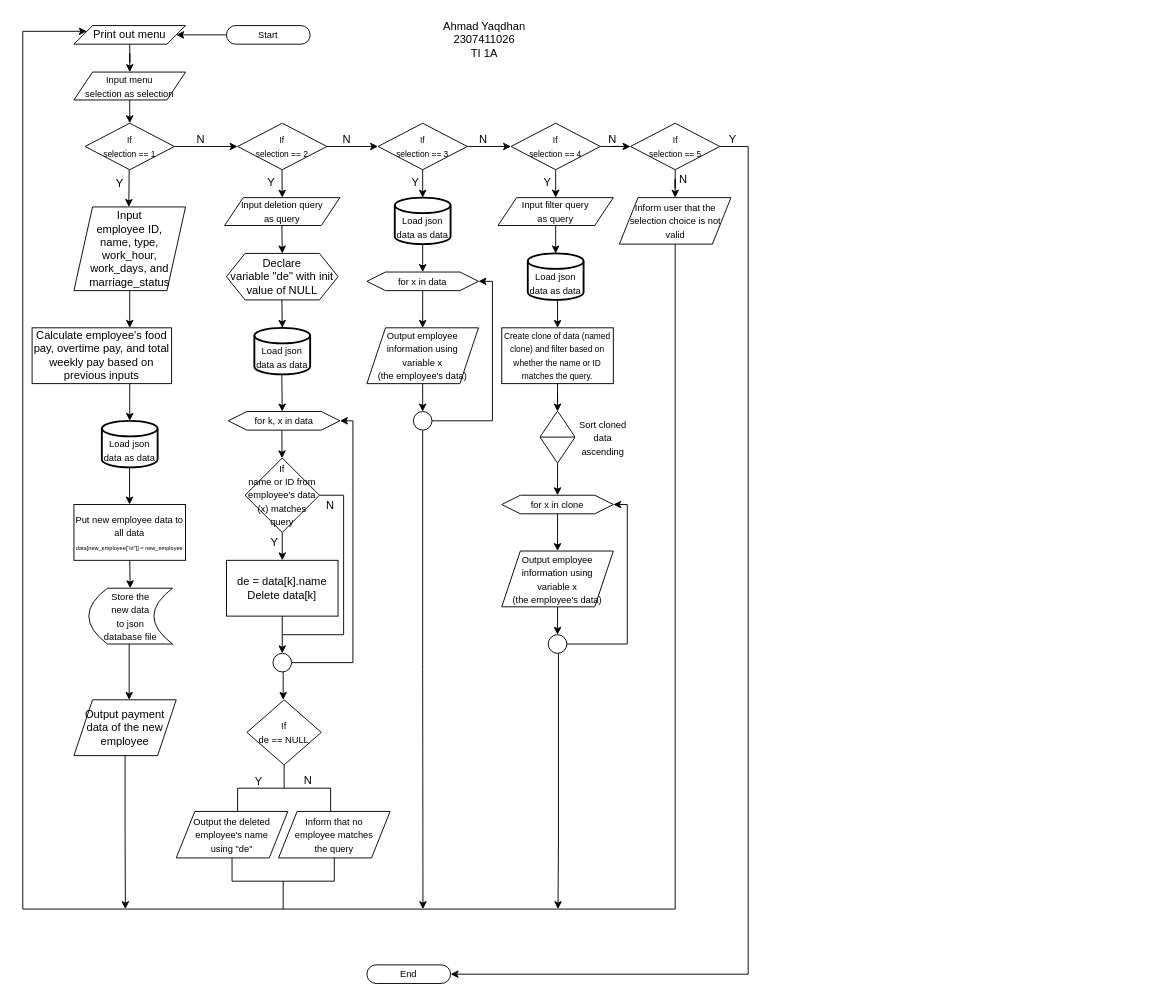
Before: Ahmad Yaqdhan_TI 1A_Algoritma_Flowchart Akhir.drawio in Mednoob/Mednoob, a draw.io diagram. Source tidied: cells renumbered, new cells numbered last; positions are measured from the earlier drawing's top-left corner, leaving out a move shared by most shapes. Both pictures are drawn from the tidied source at 93%, with x=0, y=0 at pixel (22, 16).
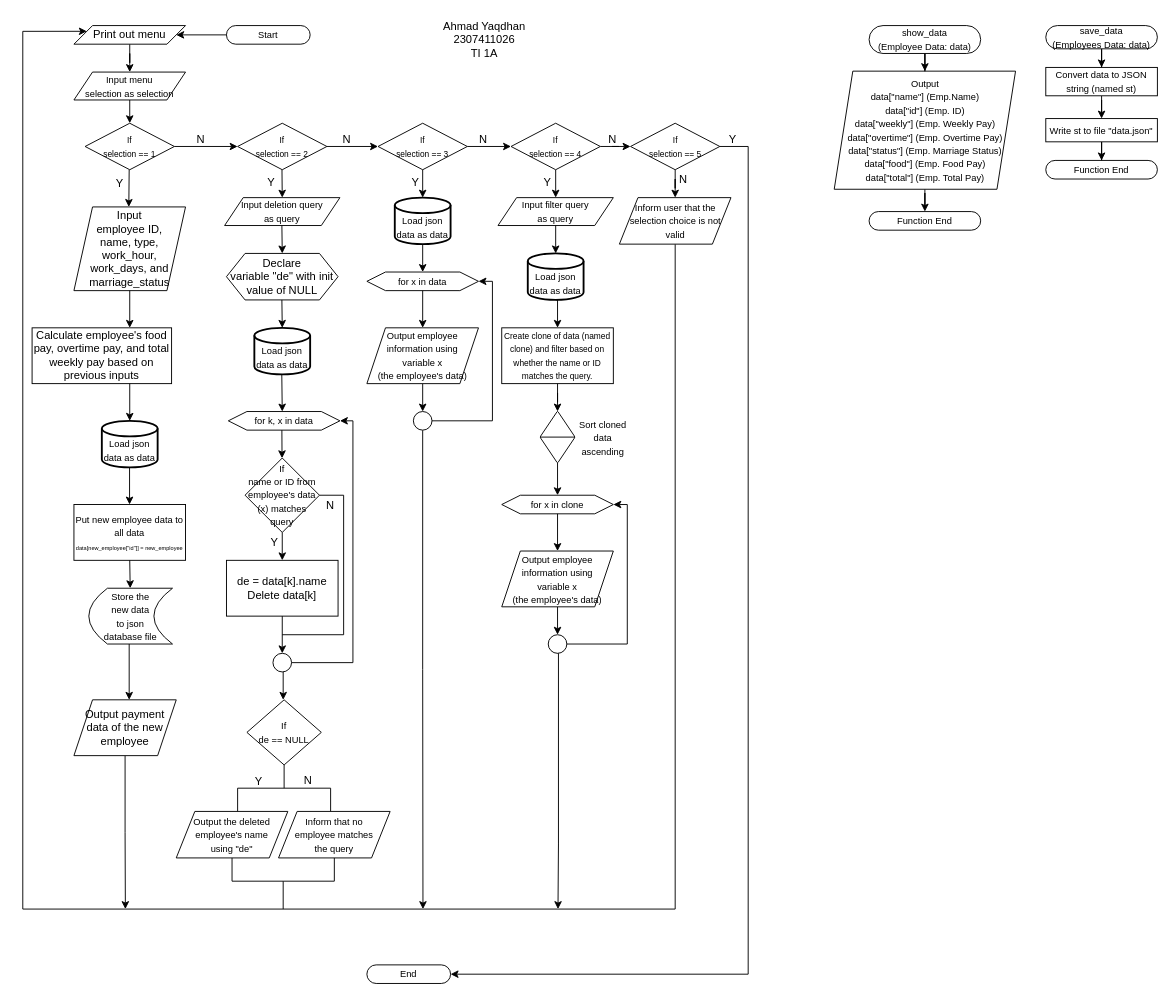
The same diagram, later.

Commit message:
feat: update algorithm final battle

What changed in the source:
```diff
@@
+    <mxCell id="100" style="edgeStyle=orthogonalEdgeStyle;rounded=0;jettySize=auto;html=1;entryX=0.5;entryY=0;entryDx=0;entryDy=0;" parent="1" edge="1" source="101" target="103">
+      <mxGeometry relative="1" as="geometry" />
+    </mxCell>
+    <mxCell id="101" value="&lt;font style=&quot;font-size: 10px;&quot;&gt;show_data&lt;br&gt;(Employee Data: data)&lt;/font&gt;" style="rounded=1;whiteSpace=wrap;html=1;arcSize=50;" parent="1" vertex="1">
+      <mxGeometry x="910" y="10" width="120" height="30" as="geometry" />
+    </mxCell>
+    <mxCell id="102" style="edgeStyle=orthogonalEdgeStyle;rounded=0;jettySize=auto;html=1;entryX=0.5;entryY=0;entryDx=0;entryDy=0;" parent="1" edge="1" source="103" target="104">
+      <mxGeometry relative="1" as="geometry" />
+    </mxCell>
+    <mxCell id="103" value="&lt;font style=&quot;font-size: 10px;&quot;&gt;Output&lt;br&gt;data[&quot;name&quot;] (Emp.Name)&lt;br&gt;data[&quot;id&quot;] (Emp. ID)&lt;br&gt;data[&quot;weekly&quot;] (Emp. Weekly Pay)&lt;br&gt;data[&quot;overtime&quot;] (Emp. Overtime Pay)&lt;br&gt;data[&quot;status&quot;] (Emp. Marriage Status)&lt;br&gt;data[&quot;food&quot;] (Emp. Food Pay)&lt;br&gt;data[&quot;total&quot;] (Emp. Total Pay)&lt;br&gt;&lt;/font&gt;" style="shape=parallelogram;perimeter=parallelogramPerimeter;whiteSpace=wrap;html=1;fixedSize=1;" parent="1" vertex="1">
+      <mxGeometry x="872.5" y="59" width="195" height="127" as="geometry" />
+    </mxCell>
+    <mxCell id="104" value="&lt;font style=&quot;font-size: 10px;&quot;&gt;Function End&lt;/font&gt;" style="rounded=1;whiteSpace=wrap;html=1;arcSize=50;" parent="1" vertex="1">
+      <mxGeometry x="910" y="210" width="120" height="20" as="geometry" />
+    </mxCell>
+    <mxCell id="105" style="edgeStyle=orthogonalEdgeStyle;rounded=0;jettySize=auto;html=1;" parent="1" edge="1" source="106" target="108">
+      <mxGeometry relative="1" as="geometry" />
+    </mxCell>
+    <mxCell id="106" value="&lt;font style=&quot;font-size: 10px;&quot;&gt;save_data&lt;br&gt;(Employees Data: data)&lt;/font&gt;" style="rounded=1;whiteSpace=wrap;html=1;arcSize=50;" parent="1" vertex="1">
+      <mxGeometry x="1100" y="10" width="120" height="25" as="geometry" />
+    </mxCell>
+    <mxCell id="107" style="edgeStyle=orthogonalEdgeStyle;rounded=0;jettySize=auto;html=1;entryX=0.5;entryY=0;entryDx=0;entryDy=0;" parent="1" edge="1" source="108" target="110">
+      <mxGeometry relative="1" as="geometry" />
+    </mxCell>
+    <mxCell id="108" value="&lt;font style=&quot;font-size: 10px;&quot;&gt;Convert data to JSON string (named st)&lt;/font&gt;" style="rounded=0;whiteSpace=wrap;html=1;" parent="1" vertex="1">
+      <mxGeometry x="1100" y="55" width="120" height="30.5" as="geometry" />
+    </mxCell>
+    <mxCell id="109" style="edgeStyle=orthogonalEdgeStyle;rounded=0;jettySize=auto;html=1;" parent="1" edge="1" source="110" target="111">
+      <mxGeometry relative="1" as="geometry" />
+    </mxCell>
+    <mxCell id="110" value="&lt;font style=&quot;font-size: 10px;&quot;&gt;Write st to file &quot;data.json&quot;&lt;/font&gt;" style="rounded=0;whiteSpace=wrap;html=1;" parent="1" vertex="1">
+      <mxGeometry x="1100" y="110" width="120" height="25" as="geometry" />
+    </mxCell>
+    <mxCell id="111" value="&lt;font style=&quot;font-size: 10px;&quot;&gt;Function End&lt;/font&gt;" style="rounded=1;whiteSpace=wrap;html=1;arcSize=50;" parent="1" vertex="1">
+      <mxGeometry x="1100" y="155" width="120" height="20" as="geometry" />
+    </mxCell>
```
